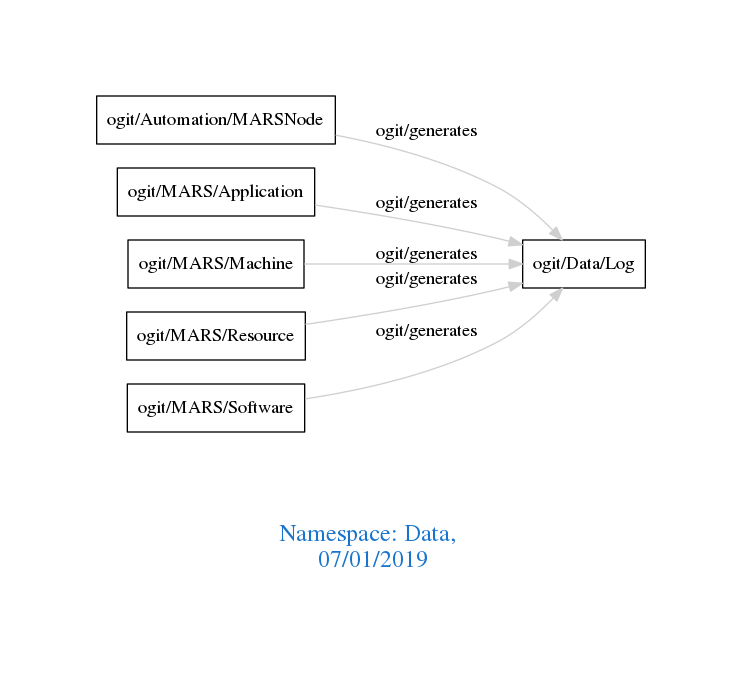
Before: downloads/Data.png, a diagram exported from Graphviz (arago/OGIT). Its source is kept beside it as downloads/Data.dot.
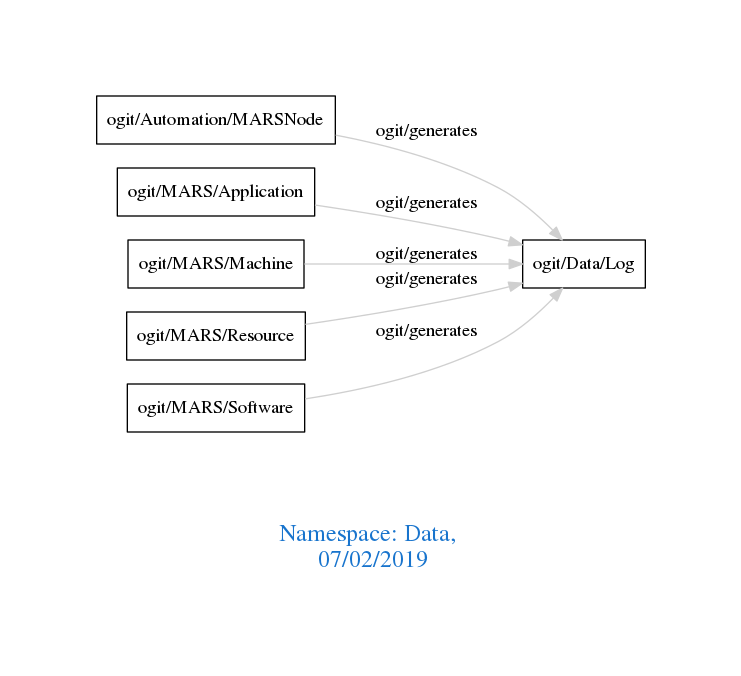
Later version of the same file.

Diff of the diagram source:
```diff
@@ -1,7 +1,7 @@
 digraph OGIT_ontology {
  graph [ rankdir= LR,pad=1
 fontsize = 18,
-fontcolor= dodgerblue3,label = "\n\n\nNamespace: Data, \n 07/01/2019"];
+fontcolor= dodgerblue3,label = "\n\n\nNamespace: Data, \n 07/02/2019"];
 node[shape=polygon];
 edge [  color="gray81"];
 
```
